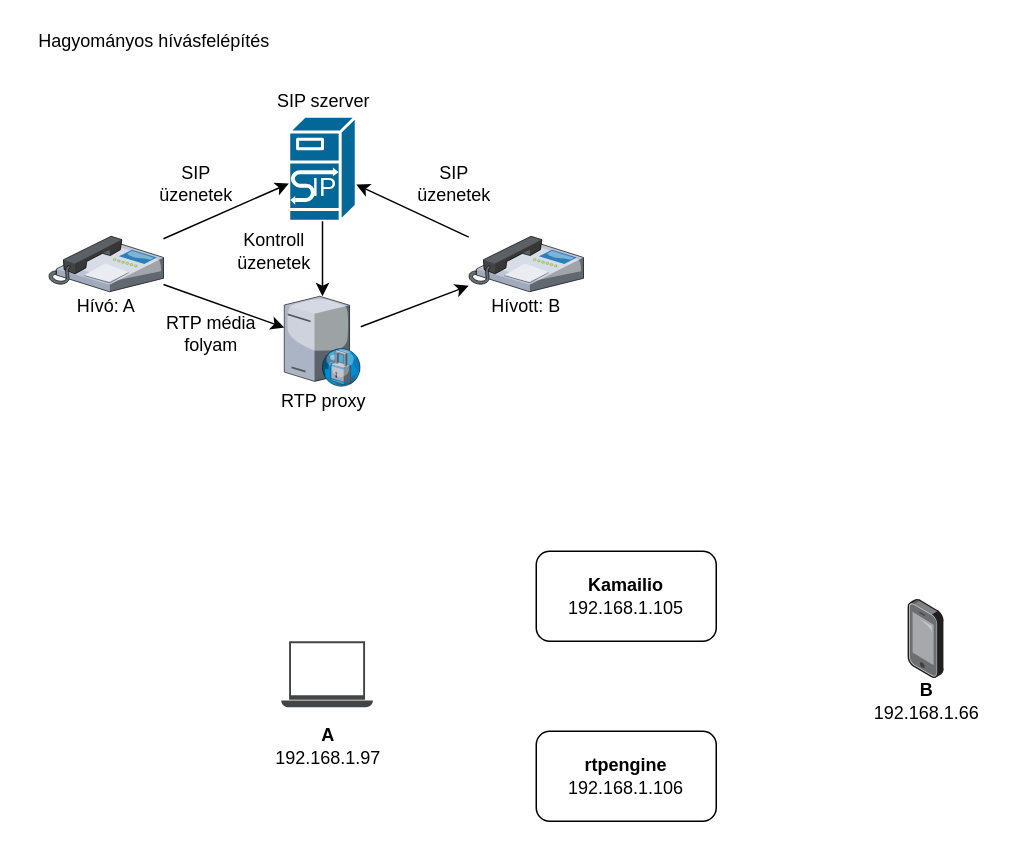
The draw.io diagram page "intro" (1 of 2) of figures/figures.drawio in VidarHUN/thesis, before the edit. Source tidied: cells renumbered, new cells numbered last; positions are measured from the earlier drawing's top-left corner, leaving out a move shared by most shapes. Both pictures are drawn from the tidied source at 150%, with x=0, y=0 at pixel (26, 26).
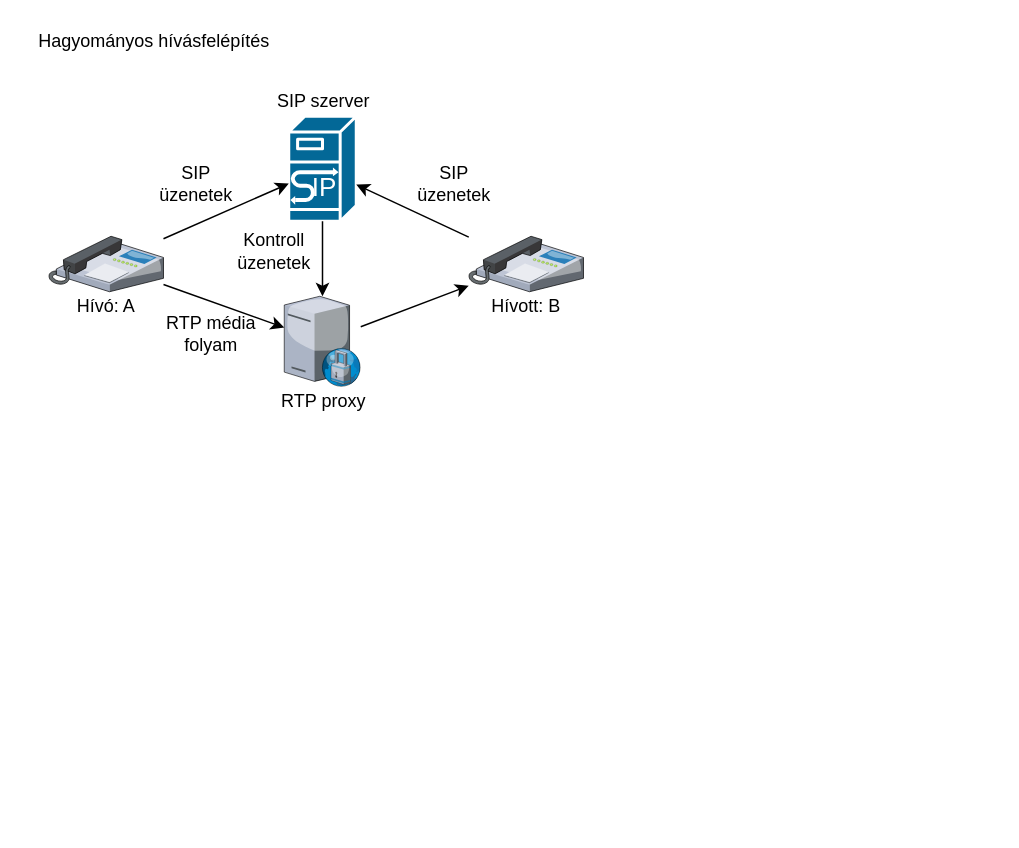
The same page after the edit.

Commit message (it also covers changes not shown here):
Little text and a figure

Diff of the diagram source:
```diff
@@
-    <mxCell id="25" value="&lt;b&gt;Kamailio&lt;/b&gt;&lt;br&gt;192.168.1.105" style="rounded=1;whiteSpace=wrap;html=1;" parent="1" vertex="1">
-      <mxGeometry x="340" y="350" width="120" height="60" as="geometry" />
-    </mxCell>
-    <mxCell id="26" value="&lt;b&gt;rtpengine&lt;/b&gt;&lt;br&gt;192.168.1.106" style="rounded=1;whiteSpace=wrap;html=1;" parent="1" vertex="1">
-      <mxGeometry x="340" y="470" width="120" height="60" as="geometry" />
-    </mxCell>
-    <mxCell id="27" style="shadow=0;dashed=0;html=1;strokeColor=none;fillColor=#434445;labelPosition=center;verticalLabelPosition=bottom;verticalAlign=top;align=center;shape=mxgraph.vvd.laptop;" parent="1" vertex="1">
-      <mxGeometry x="170" y="410" width="61.1" height="44" as="geometry" />
-    </mxCell>
-    <mxCell id="28" value="&lt;b&gt;A&lt;/b&gt;&lt;br&gt;192.168.1.97" style="text;html=1;align=center;verticalAlign=middle;" parent="1" vertex="1">
-      <mxGeometry x="155.6" y="465" width="90" height="30" as="geometry" />
-    </mxCell>
-    <mxCell id="29" style="html=1;align=center;shadow=0;dashed=0;image;image=img/lib/allied_telesis/computer_and_terminals/Smartphone.svg;" parent="1" vertex="1">
-      <mxGeometry x="587.9" y="382.2" width="24.2" height="52.8" as="geometry" />
-    </mxCell>
-    <mxCell id="30" value="&lt;b&gt;B&lt;/b&gt;&lt;br&gt;192.168.1.66" style="text;html=1;align=center;verticalAlign=middle;" parent="1" vertex="1">
-      <mxGeometry x="555" y="435" width="90" height="30" as="geometry" />
-    </mxCell>
```
